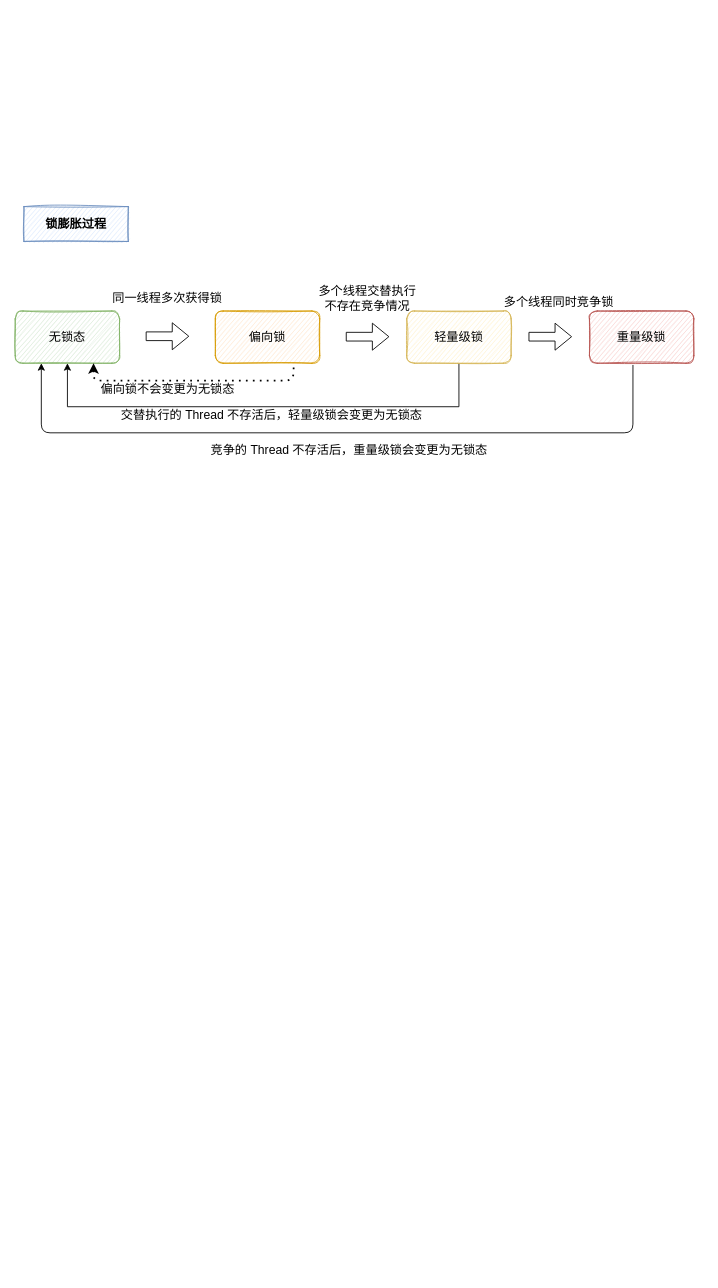
YinggangDong/diagrams keeps this draw.io diagram as jvm/锁膨胀过程.drawio. Above is the earlier version. Source tidied: cells renumbered, new cells numbered last; positions are measured from the earlier drawing's top-left corner, leaving out a move shared by most shapes. Both pictures are drawn from the tidied source at 87%, with x=0, y=0 at pixel (15, 206).
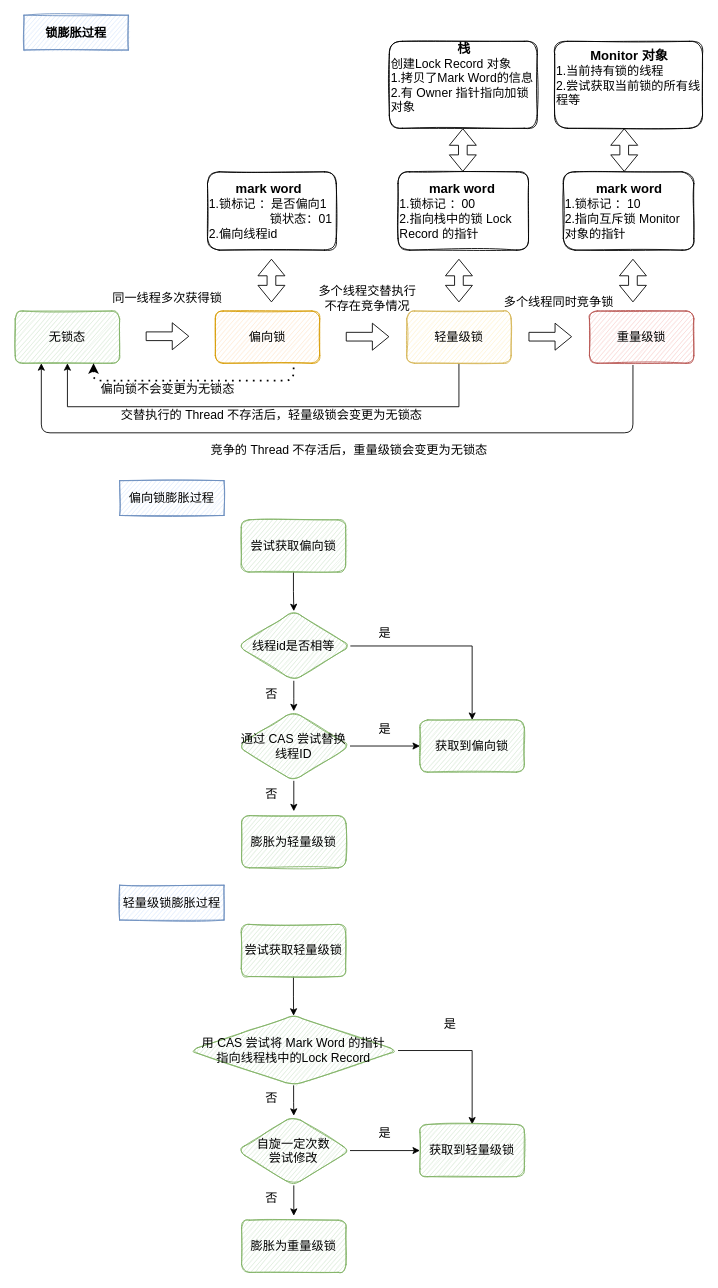
After the change.

Commit message:
Update 锁膨胀过程.drawio

The edit, as a diff of the source:
```diff
@@
     <mxCell id="2" value="锁膨胀过程" style="rounded=0;whiteSpace=wrap;html=1;fontStyle=1;fontSize=14;fillColor=#dae8fc;strokeColor=#6c8ebf;shadow=0;sketch=1;" parent="1" vertex="1">
-      <mxGeometry x="10" width="120" height="40" as="geometry" />
+      <mxGeometry x="10" y="-220" width="120" height="40" as="geometry" />
     </mxCell>
@@
+    <mxCell id="19" style="edgeStyle=orthogonalEdgeStyle;rounded=0;jettySize=auto;html=1;startArrow=none;startFill=0;endArrow=classic;endFill=1;fontSize=14;" parent="1" edge="1" source="20" target="24">
+      <mxGeometry relative="1" as="geometry" />
+    </mxCell>
+    <mxCell id="20" value="尝试获取偏向锁" style="rounded=1;whiteSpace=wrap;html=1;shadow=0;sketch=1;fontSize=14;fillColor=#d5e8d4;strokeColor=#82b366;" parent="1" vertex="1">
+      <mxGeometry x="259.8" y="360" width="120" height="60" as="geometry" />
+    </mxCell>
+    <mxCell id="21" value="&lt;div style=&quot;text-align: center&quot;&gt;&lt;b style=&quot;font-family: &amp;#34;helvetica&amp;#34;&quot;&gt;&lt;font style=&quot;font-size: 15px&quot;&gt;mark word&amp;nbsp;&lt;/font&gt;&lt;/b&gt;&lt;/div&gt;1.锁标记 ：是否偏向1 &lt;br&gt;&amp;nbsp; &amp;nbsp; &amp;nbsp; &amp;nbsp; &amp;nbsp; &amp;nbsp; &amp;nbsp; &amp;nbsp; &amp;nbsp; 锁状态：01&lt;br&gt;2.偏向线程id" style="rounded=1;whiteSpace=wrap;html=1;shadow=0;sketch=1;fontSize=14;align=left;" parent="1" vertex="1">
+      <mxGeometry x="221" y="-40" width="148" height="90" as="geometry" />
+    </mxCell>
+    <mxCell id="22" style="edgeStyle=orthogonalEdgeStyle;rounded=0;jettySize=auto;html=1;entryX=0.5;entryY=0;entryDx=0;entryDy=0;startArrow=none;startFill=0;endArrow=classic;endFill=1;fontSize=14;" parent="1" edge="1" source="24">
+      <mxGeometry relative="1" as="geometry">
+        <mxPoint x="320.2" y="580" as="targetPoint" />
+      </mxGeometry>
+    </mxCell>
+    <mxCell id="23" style="edgeStyle=orthogonalEdgeStyle;rounded=0;jettySize=auto;html=1;startArrow=none;startFill=0;endArrow=classic;endFill=1;fontSize=14;" parent="1" edge="1" source="24" target="26">
+      <mxGeometry relative="1" as="geometry" />
+    </mxCell>
+    <mxCell id="24" value="线程id是否相等" style="rhombus;whiteSpace=wrap;html=1;rounded=1;shadow=0;fontSize=14;strokeColor=#82b366;fillColor=#d5e8d4;sketch=1;" parent="1" vertex="1">
+      <mxGeometry x="255.2" y="465" width="130" height="80" as="geometry" />
+    </mxCell>
+    <mxCell id="25" value="否" style="text;html=1;strokeColor=none;fillColor=none;align=center;verticalAlign=middle;whiteSpace=wrap;rounded=0;shadow=0;sketch=1;fontSize=14;" parent="1" vertex="1">
+      <mxGeometry x="275.2" y="550" width="40" height="20" as="geometry" />
+    </mxCell>
+    <mxCell id="26" value="获取到偏向锁" style="whiteSpace=wrap;html=1;rounded=1;shadow=0;fontSize=14;strokeColor=#82b366;fillColor=#d5e8d4;sketch=1;" parent="1" vertex="1">
+      <mxGeometry x="465.2" y="590" width="120" height="60" as="geometry" />
+    </mxCell>
+    <mxCell id="27" value="是" style="text;html=1;strokeColor=none;fillColor=none;align=center;verticalAlign=middle;whiteSpace=wrap;rounded=0;shadow=0;sketch=1;fontSize=14;" parent="1" vertex="1">
+      <mxGeometry x="405.2" y="480" width="40" height="20" as="geometry" />
+    </mxCell>
+    <mxCell id="28" style="edgeStyle=orthogonalEdgeStyle;rounded=0;jettySize=auto;html=1;exitX=1;exitY=0.5;exitDx=0;exitDy=0;startArrow=none;startFill=0;endArrow=classic;endFill=1;fontSize=14;" parent="1" edge="1" source="29" target="26">
+      <mxGeometry relative="1" as="geometry" />
+    </mxCell>
+    <mxCell id="29" value="通过 CAS 尝试替换线程ID" style="rhombus;whiteSpace=wrap;html=1;rounded=1;shadow=0;fontSize=14;strokeColor=#82b366;fillColor=#d5e8d4;sketch=1;" parent="1" vertex="1">
+      <mxGeometry x="254.8" y="580" width="130" height="80" as="geometry" />
+    </mxCell>
+    <mxCell id="30" value="是" style="text;html=1;strokeColor=none;fillColor=none;align=center;verticalAlign=middle;whiteSpace=wrap;rounded=0;shadow=0;sketch=1;fontSize=14;" parent="1" vertex="1">
+      <mxGeometry x="405.2" y="590" width="40" height="20" as="geometry" />
+    </mxCell>
+    <mxCell id="31" style="edgeStyle=orthogonalEdgeStyle;rounded=0;orthogonalLoop=1;jettySize=auto;html=1;entryX=0.5;entryY=0;entryDx=0;entryDy=0;startArrow=none;startFill=0;endArrow=classic;endFill=1;fontSize=14;" parent="1" edge="1">
+      <mxGeometry relative="1" as="geometry">
+        <mxPoint x="320.2" y="660" as="sourcePoint" />
+        <mxPoint x="320.2" y="695" as="targetPoint" />
+      </mxGeometry>
+    </mxCell>
+    <mxCell id="32" value="否" style="text;html=1;strokeColor=none;fillColor=none;align=center;verticalAlign=middle;whiteSpace=wrap;rounded=0;shadow=0;sketch=1;fontSize=14;" parent="1" vertex="1">
+      <mxGeometry x="275.2" y="665" width="40" height="20" as="geometry" />
+    </mxCell>
+    <mxCell id="33" value="膨胀为轻量级锁" style="whiteSpace=wrap;html=1;rounded=1;shadow=0;fontSize=14;strokeColor=#82b366;fillColor=#d5e8d4;sketch=1;" parent="1" vertex="1">
+      <mxGeometry x="260.2" y="700" width="120" height="60" as="geometry" />
+    </mxCell>
+    <mxCell id="34" style="shape=flexArrow;endArrow=classic;startArrow=classic;html=1;fontSize=14;" parent="1" edge="1">
+      <mxGeometry relative="1" as="geometry">
+        <mxPoint x="294.5" y="110" as="sourcePoint" />
+        <mxPoint x="294.5" y="60" as="targetPoint" />
+      </mxGeometry>
+    </mxCell>
+    <mxCell id="35" value="&lt;div style=&quot;text-align: center&quot;&gt;&lt;b style=&quot;font-family: &amp;#34;helvetica&amp;#34;&quot;&gt;&lt;font style=&quot;font-size: 15px&quot;&gt;mark word&amp;nbsp;&lt;/font&gt;&lt;/b&gt;&lt;/div&gt;1.锁标记 ：00&lt;br&gt;2.指向栈中的锁&amp;nbsp;&lt;span style=&quot;text-align: center&quot;&gt;Lock Record 的指针&lt;/span&gt;" style="rounded=1;whiteSpace=wrap;html=1;shadow=0;sketch=1;fontSize=14;align=left;" parent="1" vertex="1">
+      <mxGeometry x="440" y="-40" width="150" height="90" as="geometry" />
+    </mxCell>
+    <mxCell id="36" style="shape=flexArrow;endArrow=classic;startArrow=classic;html=1;fontSize=14;" parent="1" edge="1">
+      <mxGeometry relative="1" as="geometry">
+        <mxPoint x="510" y="110" as="sourcePoint" />
+        <mxPoint x="510" y="60" as="targetPoint" />
+      </mxGeometry>
+    </mxCell>
+    <mxCell id="37" value="&lt;div style=&quot;text-align: center&quot;&gt;&lt;b&gt;&lt;font style=&quot;font-size: 15px&quot;&gt;栈&lt;/font&gt;&lt;/b&gt;&lt;/div&gt;&lt;span style=&quot;text-align: center&quot;&gt;创建Lock Record 对象&lt;br&gt;1.拷贝了Mark Word的信息&lt;br&gt;2.有 Owner 指针指向加锁对象&lt;br&gt;&lt;br&gt;&lt;/span&gt;" style="rounded=1;whiteSpace=wrap;html=1;shadow=0;sketch=1;fontSize=14;align=left;" parent="1" vertex="1">
+      <mxGeometry x="430" y="-190" width="170" height="100" as="geometry" />
+    </mxCell>
+    <mxCell id="38" value="&lt;div style=&quot;text-align: center&quot;&gt;&lt;b style=&quot;font-family: &amp;#34;helvetica&amp;#34;&quot;&gt;&lt;font style=&quot;font-size: 15px&quot;&gt;mark word&lt;/font&gt;&lt;/b&gt;&lt;/div&gt;1.锁标记 ：10&lt;br&gt;2.指向互斥锁 Monitor 对象的指针" style="rounded=1;whiteSpace=wrap;html=1;shadow=0;sketch=1;fontSize=14;align=left;" parent="1" vertex="1">
+      <mxGeometry x="630" y="-40" width="150" height="90" as="geometry" />
+    </mxCell>
+    <mxCell id="39" value="偏向锁膨胀过程" style="rounded=0;whiteSpace=wrap;html=1;shadow=0;sketch=1;fontSize=14;fillColor=#dae8fc;strokeColor=#6c8ebf;" parent="1" vertex="1">
+      <mxGeometry x="120" y="315" width="120" height="40" as="geometry" />
+    </mxCell>
+    <mxCell id="40" value="&lt;div style=&quot;text-align: center&quot;&gt;&lt;span style=&quot;font-size: 15px&quot;&gt;&lt;b&gt;Monitor 对象&lt;/b&gt;&lt;/span&gt;&lt;/div&gt;&lt;span&gt;&lt;div&gt;&lt;div&gt;&lt;span&gt;1.当前持有锁的线程&lt;/span&gt;&lt;/div&gt;&lt;div&gt;&lt;span&gt;2.尝试获取当前锁的所有线程等&lt;/span&gt;&lt;/div&gt;&lt;/div&gt;&lt;br&gt;&lt;/span&gt;" style="rounded=1;whiteSpace=wrap;html=1;shadow=0;sketch=1;fontSize=14;align=left;" parent="1" vertex="1">
+      <mxGeometry x="620" y="-190" width="170" height="100" as="geometry" />
+    </mxCell>
+    <mxCell id="41" style="shape=flexArrow;endArrow=classic;startArrow=classic;html=1;fontSize=14;" parent="1" edge="1">
+      <mxGeometry relative="1" as="geometry">
+        <mxPoint x="514.5" y="-40" as="sourcePoint" />
+        <mxPoint x="514.5" y="-90" as="targetPoint" />
+      </mxGeometry>
+    </mxCell>
+    <mxCell id="42" style="shape=flexArrow;endArrow=classic;startArrow=classic;html=1;fontSize=14;" parent="1" edge="1">
+      <mxGeometry relative="1" as="geometry">
+        <mxPoint x="700" y="-40" as="sourcePoint" />
+        <mxPoint x="700" y="-90" as="targetPoint" />
+      </mxGeometry>
+    </mxCell>
+    <mxCell id="43" style="shape=flexArrow;endArrow=classic;startArrow=classic;html=1;fontSize=14;" parent="1" edge="1">
+      <mxGeometry relative="1" as="geometry">
+        <mxPoint x="710" y="110" as="sourcePoint" />
+        <mxPoint x="710" y="60" as="targetPoint" />
+      </mxGeometry>
+    </mxCell>
+    <mxCell id="44" style="edgeStyle=orthogonalEdgeStyle;rounded=0;jettySize=auto;html=1;startArrow=none;startFill=0;endArrow=classic;endFill=1;fontSize=14;" parent="1" edge="1" source="45" target="48">
+      <mxGeometry relative="1" as="geometry" />
+    </mxCell>
+    <mxCell id="45" value="尝试获取轻量级锁" style="rounded=1;whiteSpace=wrap;html=1;shadow=0;sketch=1;fontSize=14;fillColor=#d5e8d4;strokeColor=#82b366;" parent="1" vertex="1">
+      <mxGeometry x="259.8" y="825" width="120" height="60" as="geometry" />
+    </mxCell>
+    <mxCell id="46" style="edgeStyle=orthogonalEdgeStyle;rounded=0;jettySize=auto;html=1;entryX=0.5;entryY=0;entryDx=0;entryDy=0;startArrow=none;startFill=0;endArrow=classic;endFill=1;fontSize=14;" parent="1" edge="1" source="48">
+      <mxGeometry relative="1" as="geometry">
+        <mxPoint x="320.2" y="1045" as="targetPoint" />
+      </mxGeometry>
+    </mxCell>
+    <mxCell id="47" style="edgeStyle=orthogonalEdgeStyle;rounded=0;jettySize=auto;html=1;startArrow=none;startFill=0;endArrow=classic;endFill=1;fontSize=14;" parent="1" edge="1" source="48" target="50">
+      <mxGeometry relative="1" as="geometry" />
+    </mxCell>
+    <mxCell id="48" value="用 CAS 尝试将 Mark Word 的指针&lt;br&gt;指向线程栈中的Lock Record" style="rhombus;whiteSpace=wrap;html=1;rounded=1;shadow=0;fontSize=14;strokeColor=#82b366;fillColor=#d5e8d4;sketch=1;" parent="1" vertex="1">
+      <mxGeometry x="200" y="930" width="240" height="80" as="geometry" />
+    </mxCell>
+    <mxCell id="49" value="否" style="text;html=1;strokeColor=none;fillColor=none;align=center;verticalAlign=middle;whiteSpace=wrap;rounded=0;shadow=0;sketch=1;fontSize=14;" parent="1" vertex="1">
+      <mxGeometry x="275.2" y="1015" width="40" height="20" as="geometry" />
+    </mxCell>
+    <mxCell id="50" value="获取到轻量级锁" style="whiteSpace=wrap;html=1;rounded=1;shadow=0;fontSize=14;strokeColor=#82b366;fillColor=#d5e8d4;sketch=1;" parent="1" vertex="1">
+      <mxGeometry x="465.2" y="1055" width="120" height="60" as="geometry" />
+    </mxCell>
+    <mxCell id="51" value="是" style="text;html=1;strokeColor=none;fillColor=none;align=center;verticalAlign=middle;whiteSpace=wrap;rounded=0;shadow=0;sketch=1;fontSize=14;" parent="1" vertex="1">
+      <mxGeometry x="480" y="930" width="40" height="20" as="geometry" />
+    </mxCell>
+    <mxCell id="52" style="edgeStyle=orthogonalEdgeStyle;rounded=0;jettySize=auto;html=1;exitX=1;exitY=0.5;exitDx=0;exitDy=0;startArrow=none;startFill=0;endArrow=classic;endFill=1;fontSize=14;" parent="1" edge="1" source="53" target="50">
+      <mxGeometry relative="1" as="geometry" />
+    </mxCell>
+    <mxCell id="53" value="自旋一定次数&lt;br&gt;尝试修改" style="rhombus;whiteSpace=wrap;html=1;rounded=1;shadow=0;fontSize=14;strokeColor=#82b366;fillColor=#d5e8d4;sketch=1;" parent="1" vertex="1">
+      <mxGeometry x="254.8" y="1045" width="130" height="80" as="geometry" />
+    </mxCell>
+    <mxCell id="54" value="是" style="text;html=1;strokeColor=none;fillColor=none;align=center;verticalAlign=middle;whiteSpace=wrap;rounded=0;shadow=0;sketch=1;fontSize=14;" parent="1" vertex="1">
+      <mxGeometry x="405.2" y="1055" width="40" height="20" as="geometry" />
+    </mxCell>
+    <mxCell id="55" style="edgeStyle=orthogonalEdgeStyle;rounded=0;orthogonalLoop=1;jettySize=auto;html=1;entryX=0.5;entryY=0;entryDx=0;entryDy=0;startArrow=none;startFill=0;endArrow=classic;endFill=1;fontSize=14;" parent="1" edge="1">
+      <mxGeometry relative="1" as="geometry">
+        <mxPoint x="320.2" y="1125" as="sourcePoint" />
+        <mxPoint x="320.2" y="1160" as="targetPoint" />
+      </mxGeometry>
+    </mxCell>
+    <mxCell id="56" value="否" style="text;html=1;strokeColor=none;fillColor=none;align=center;verticalAlign=middle;whiteSpace=wrap;rounded=0;shadow=0;sketch=1;fontSize=14;" parent="1" vertex="1">
+      <mxGeometry x="275.2" y="1130" width="40" height="20" as="geometry" />
+    </mxCell>
+    <mxCell id="57" value="膨胀为重量级锁" style="whiteSpace=wrap;html=1;rounded=1;shadow=0;fontSize=14;strokeColor=#82b366;fillColor=#d5e8d4;sketch=1;" parent="1" vertex="1">
+      <mxGeometry x="260.2" y="1165" width="120" height="60" as="geometry" />
+    </mxCell>
+    <mxCell id="58" value="轻量级锁膨胀过程" style="rounded=0;whiteSpace=wrap;html=1;shadow=0;sketch=1;fontSize=14;fillColor=#dae8fc;strokeColor=#6c8ebf;" parent="1" vertex="1">
+      <mxGeometry x="120" y="780" width="120" height="40" as="geometry" />
+    </mxCell>
```
